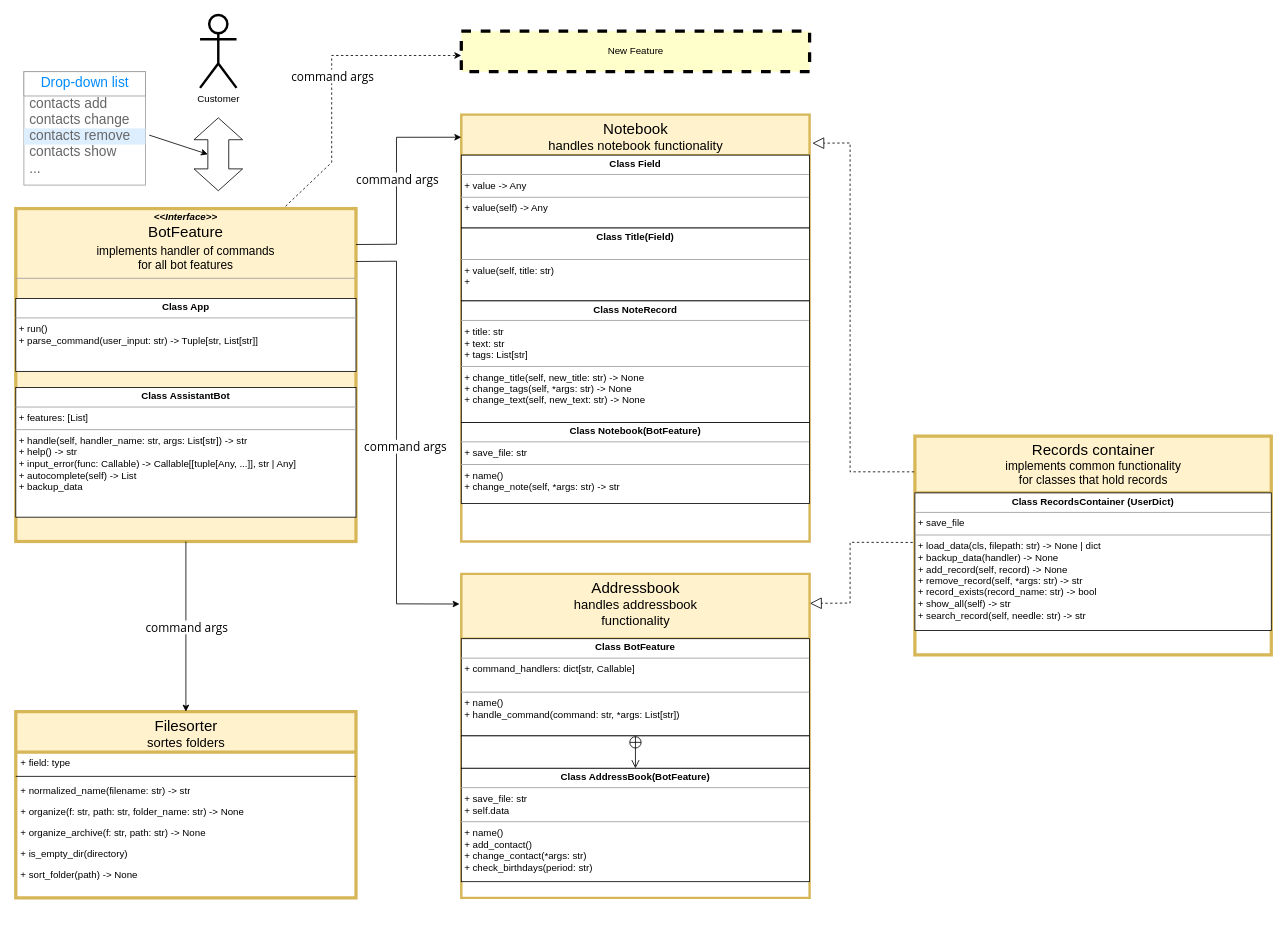
Before: helper_bot_team_1.drawio in PavelDushinskiy/GoIT-WEB-HW02, a draw.io diagram. Source tidied: cells renumbered, new cells numbered last; positions are measured from the earlier drawing's top-left corner, leaving out a move shared by most shapes. Both pictures are drawn from the tidied source at 81%, with x=0, y=0 at pixel (15, 15).
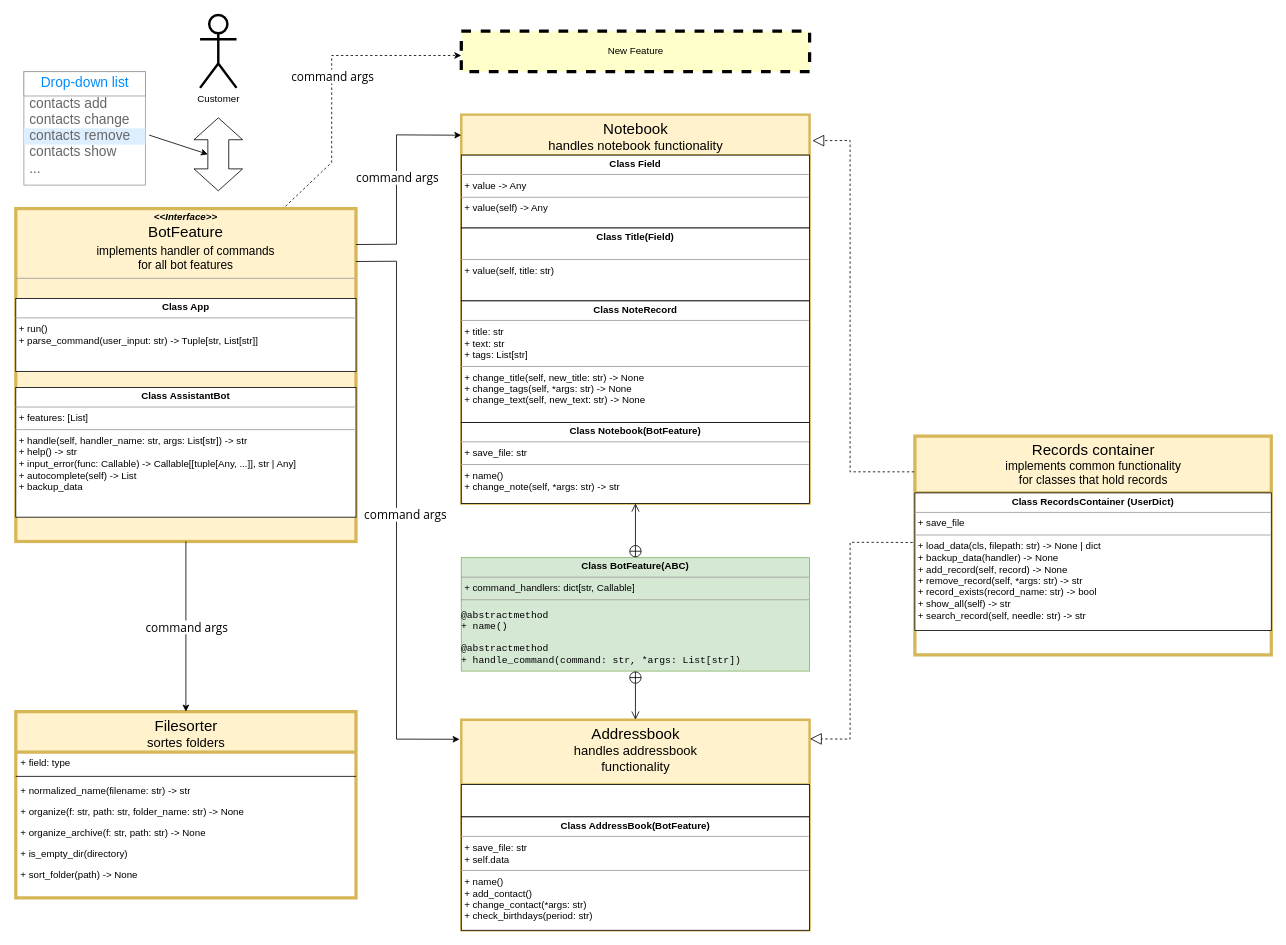
Above is the later version.

Unchanged cells that the change refers to:
```xml
<mxCell id="2" value="&lt;span id=&quot;docs-internal-guid-6816174d-7fff-ccf1-88b6-65116feb5ed2&quot; style=&quot;font-weight:normal;&quot;&gt;&lt;p style=&quot;line-height: 1.2; margin-top: 0pt; margin-bottom: 0pt;&quot; dir=&quot;ltr&quot;&gt;&lt;span style=&quot;font-size: 14pt; font-family: Arial; background-color: transparent; font-variant-numeric: normal; font-variant-east-asian: normal; vertical-align: baseline;&quot;&gt;Records container&lt;/span&gt;&lt;/p&gt;&lt;p style=&quot;line-height: 1.2; margin-top: 0pt; margin-bottom: 0pt;&quot; dir=&quot;ltr&quot;&gt;&lt;span style=&quot;font-size: 11pt; font-family: Arial; background-color: transparent; font-variant-numeric: normal; font-variant-east-asian: normal; vertical-align: baseline;&quot;&gt;implements common functionality &lt;br&gt;for classes that hold records&lt;/span&gt;&lt;/p&gt;&lt;div&gt;&lt;span style=&quot;font-size: 11pt; font-family: Arial; background-color: transparent; font-variant-numeric: normal; font-variant-east-asian: normal; vertical-align: baseline;&quot;&gt;&lt;br&gt;&lt;/span&gt;&lt;/div&gt;&lt;/span&gt;" style="swimlane;html=1;fontStyle=1;align=center;verticalAlign=top;horizontal=1;startSize=70;swimlaneFillColor=#ffffff;rounded=0;shadow=0;comic=0;labelBackgroundColor=none;strokeWidth=4;fillColor=#fff2cc;fontFamily=Verdana;fontSize=12;strokeColor=#d6b656;" parent="1" vertex="1">
  <mxGeometry x="1110" y="520" width="440" height="270" as="geometry" />
</mxCell>
<mxCell id="3" value="&lt;p style=&quot;margin:0px;margin-top:4px;text-align:center;&quot;&gt;&lt;b&gt;Class&amp;nbsp;&lt;/b&gt;&lt;b style=&quot;background-color: initial;&quot;&gt;RecordsContainer&amp;nbsp;&lt;/b&gt;&lt;b style=&quot;background-color: initial;&quot;&gt;(UserDict)&lt;/b&gt;&lt;/p&gt;&lt;hr size=&quot;1&quot;&gt;&lt;p style=&quot;margin:0px;margin-left:4px;&quot;&gt;+&amp;nbsp;save_file&lt;/p&gt;&lt;hr size=&quot;1&quot;&gt;&lt;p style=&quot;margin:0px;margin-left:4px;&quot;&gt;+&amp;nbsp;load_data(cls, filepath: str) -&amp;gt; None | dict&lt;/p&gt;&lt;p style=&quot;margin:0px;margin-left:4px;&quot;&gt;+&amp;nbsp;backup_data(handler) -&amp;gt; None&lt;/p&gt;&lt;p style=&quot;margin:0px;margin-left:4px;&quot;&gt;+&amp;nbsp;add_record(self, record) -&amp;gt; None&lt;/p&gt;&lt;p style=&quot;margin:0px;margin-left:4px;&quot;&gt;+&amp;nbsp;remove_record(self, *args: str) -&amp;gt; str&lt;/p&gt;&lt;p style=&quot;margin:0px;margin-left:4px;&quot;&gt;+&amp;nbsp;record_exists(record_name: str) -&amp;gt; bool&lt;/p&gt;&lt;p style=&quot;margin:0px;margin-left:4px;&quot;&gt;+&amp;nbsp;show_all(self) -&amp;gt; str&lt;/p&gt;&lt;p style=&quot;margin:0px;margin-left:4px;&quot;&gt;+&amp;nbsp;search_record(self, needle: str) -&amp;gt; str&lt;/p&gt;&lt;p style=&quot;margin:0px;margin-left:4px;&quot;&gt;&lt;br&gt;&lt;/p&gt;" style="verticalAlign=top;align=left;overflow=fill;fontSize=12;fontFamily=Helvetica;html=1;comic=0;" parent="2" vertex="1">
  <mxGeometry y="70" width="440" height="170" as="geometry" />
</mxCell>
<mxCell id="8" value="&lt;p style=&quot;margin:0px;margin-top:4px;text-align:center;&quot;&gt;&lt;b&gt;Class&amp;nbsp;&lt;/b&gt;&lt;b style=&quot;background-color: initial;&quot;&gt;Notebook(BotFeature)&lt;/b&gt;&lt;/p&gt;&lt;hr size=&quot;1&quot;&gt;&lt;p style=&quot;margin:0px;margin-left:4px;&quot;&gt;+&amp;nbsp;save_file: str&lt;/p&gt;&lt;hr size=&quot;1&quot;&gt;&lt;p style=&quot;margin:0px;margin-left:4px;&quot;&gt;+&amp;nbsp;name()&lt;/p&gt;&lt;p style=&quot;margin:0px;margin-left:4px;&quot;&gt;+&amp;nbsp;change_note(self, *args: str) -&amp;gt; str&lt;/p&gt;" style="verticalAlign=top;align=left;overflow=fill;fontSize=12;fontFamily=Helvetica;html=1;" parent="4" vertex="1">
  <mxGeometry y="380" width="430" height="100" as="geometry" />
</mxCell>
<mxCell id="22" value="&lt;p style=&quot;margin:0px;margin-top:4px;text-align:center;&quot;&gt;&lt;i&gt;&lt;b&gt;&amp;lt;&amp;lt;Interface&amp;gt;&amp;gt;&lt;/b&gt;&lt;/i&gt;&lt;br&gt;&lt;/p&gt;&lt;p style=&quot;line-height:1.2;text-align: center;margin-top:0pt;margin-bottom:0pt;&quot; dir=&quot;ltr&quot;&gt;&lt;span style=&quot;font-size: 14pt; font-family: Arial; color: rgb(0, 0, 0); background-color: transparent; font-weight: 400; font-style: normal; font-variant: normal; text-decoration: none; vertical-align: baseline;&quot;&gt;BotFeature&lt;/span&gt;&lt;/p&gt;&lt;p style=&quot;margin:0px;margin-top:4px;text-align:center;&quot;&gt;&lt;span id=&quot;docs-internal-guid-a344973a-7fff-190a-9e88-1d810033c727&quot;&gt;&lt;/span&gt;&lt;/p&gt;&lt;p style=&quot;line-height:1.2;text-align: center;margin-top:0pt;margin-bottom:0pt;&quot; dir=&quot;ltr&quot;&gt;&lt;span style=&quot;font-size: 11pt; font-family: Arial; color: rgb(0, 0, 0); background-color: transparent; font-weight: 400; font-style: normal; font-variant: normal; text-decoration: none; vertical-align: baseline;&quot;&gt;implements handler of commands &lt;br&gt;for all bot features&lt;/span&gt;&lt;/p&gt;&lt;hr size=&quot;1&quot;&gt;&lt;p style=&quot;margin:0px;margin-left:4px;&quot;&gt;&lt;br&gt;&lt;/p&gt;" style="verticalAlign=top;align=left;overflow=fill;fontSize=12;fontFamily=Helvetica;html=1;rounded=0;shadow=0;comic=0;labelBackgroundColor=none;strokeWidth=4;fillColor=#fff2cc;strokeColor=#d6b656;" parent="1" vertex="1">
  <mxGeometry y="239" width="420" height="411" as="geometry" />
</mxCell>
```

Diff of the diagram source:
```diff
@@
     <mxCell id="4" value="&lt;span id=&quot;docs-internal-guid-518b5261-7fff-1eaa-3dbb-43b548479f24&quot; style=&quot;font-weight:normal;&quot;&gt;&lt;p style=&quot;line-height: 1.2; margin-top: 0pt; margin-bottom: 0pt;&quot; dir=&quot;ltr&quot;&gt;&lt;span style=&quot;font-size: 14pt; font-family: Arial; background-color: transparent; font-variant-numeric: normal; font-variant-east-asian: normal; vertical-align: baseline;&quot;&gt;Notebook&lt;/span&gt;&lt;/p&gt;&lt;p style=&quot;line-height: 1.2; margin-top: 0pt; margin-bottom: 0pt;&quot; dir=&quot;ltr&quot;&gt;&lt;span style=&quot;font-size: 12pt; font-family: Arial; background-color: transparent; font-variant-numeric: normal; font-variant-east-asian: normal; vertical-align: baseline;&quot;&gt;handles notebook functionality&lt;/span&gt;&lt;/p&gt;&lt;div&gt;&lt;span style=&quot;font-size: 12pt; font-family: Arial; background-color: transparent; font-variant-numeric: normal; font-variant-east-asian: normal; vertical-align: baseline;&quot;&gt;&lt;br&gt;&lt;/span&gt;&lt;/div&gt;&lt;/span&gt;" style="swimlane;html=1;fontStyle=1;align=center;verticalAlign=top;horizontal=1;startSize=50;swimlaneFillColor=#ffffff;rounded=0;shadow=0;comic=0;labelBackgroundColor=none;strokeWidth=3;fillColor=#fff2cc;fontFamily=Verdana;fontSize=12;strokeColor=#d6b656;" parent="1" vertex="1">
-      <mxGeometry x="550" y="123" width="430" height="527" as="geometry" />
+      <mxGeometry x="550" y="123" width="430" height="480" as="geometry" />
     </mxCell>
@@
-    <mxCell id="6" value="&lt;p style=&quot;margin:0px;margin-top:4px;text-align:center;&quot;&gt;&lt;b&gt;Class&amp;nbsp;&lt;/b&gt;&lt;b style=&quot;background-color: initial;&quot;&gt;Title(Field)&lt;/b&gt;&lt;/p&gt;&lt;p style=&quot;margin:0px;margin-left:4px;&quot;&gt;&lt;br&gt;&lt;/p&gt;&lt;hr size=&quot;1&quot;&gt;&lt;p style=&quot;margin:0px;margin-left:4px;&quot;&gt;+&amp;nbsp;value(self, title: str)&lt;/p&gt;&lt;p style=&quot;margin:0px;margin-left:4px;&quot;&gt;+&amp;nbsp;&lt;/p&gt;" style="verticalAlign=top;align=left;overflow=fill;fontSize=12;fontFamily=Helvetica;html=1;" parent="4" vertex="1">
+    <mxCell id="6" value="&lt;p style=&quot;margin:0px;margin-top:4px;text-align:center;&quot;&gt;&lt;b&gt;Class&amp;nbsp;&lt;/b&gt;&lt;b style=&quot;background-color: initial;&quot;&gt;Title(Field)&lt;/b&gt;&lt;/p&gt;&lt;p style=&quot;margin:0px;margin-left:4px;&quot;&gt;&lt;br&gt;&lt;/p&gt;&lt;hr size=&quot;1&quot;&gt;&lt;p style=&quot;margin:0px;margin-left:4px;&quot;&gt;+&amp;nbsp;value(self, title: str)&lt;/p&gt;" style="verticalAlign=top;align=left;overflow=fill;fontSize=12;fontFamily=Helvetica;html=1;" parent="4" vertex="1">
       <mxGeometry y="140" width="430" height="90" as="geometry" />
     </mxCell>
@@
     <mxCell id="17" value="&lt;span id=&quot;docs-internal-guid-90a42072-7fff-7c9c-4a2b-a72deb1d7fb4&quot; style=&quot;font-weight:normal;&quot;&gt;&lt;p style=&quot;line-height: 1.2; margin-top: 0pt; margin-bottom: 0pt;&quot; dir=&quot;ltr&quot;&gt;&lt;span style=&quot;font-size: 14pt; font-family: Arial; background-color: transparent; font-variant-numeric: normal; font-variant-east-asian: normal; vertical-align: baseline;&quot;&gt;Addressbook&lt;/span&gt;&lt;/p&gt;&lt;p style=&quot;line-height: 1.2; margin-top: 0pt; margin-bottom: 0pt;&quot; dir=&quot;ltr&quot;&gt;&lt;span style=&quot;font-size: 12pt; font-family: Arial; background-color: transparent; font-variant-numeric: normal; font-variant-east-asian: normal; vertical-align: baseline;&quot;&gt;handles addressbook &lt;br&gt;functionality&lt;/span&gt;&lt;/p&gt;&lt;div&gt;&lt;span style=&quot;font-size: 12pt; font-family: Arial; background-color: transparent; font-variant-numeric: normal; font-variant-east-asian: normal; vertical-align: baseline;&quot;&gt;&lt;br&gt;&lt;/span&gt;&lt;/div&gt;&lt;/span&gt;" style="swimlane;html=1;fontStyle=1;align=center;verticalAlign=top;horizontal=1;startSize=80;swimlaneFillColor=#ffffff;rounded=0;shadow=0;comic=0;labelBackgroundColor=none;strokeWidth=3;fillColor=#fff2cc;fontFamily=Verdana;fontSize=12;strokeColor=#d6b656;" parent="1" vertex="1">
-      <mxGeometry x="550" y="690" width="430" height="400" as="geometry" />
+      <mxGeometry x="550" y="870" width="430" height="260" as="geometry" />
     </mxCell>
-    <mxCell id="18" value="&lt;p style=&quot;margin:0px;margin-top:4px;text-align:center;&quot;&gt;&lt;b&gt;Class BotFeature&lt;/b&gt;&lt;/p&gt;&lt;hr size=&quot;1&quot;&gt;&lt;p style=&quot;margin:0px;margin-left:4px;&quot;&gt;+ command_handlers: dict[str, Callable]&lt;/p&gt;&lt;p style=&quot;margin:0px;margin-left:4px;&quot;&gt;&lt;br&gt;&lt;/p&gt;&lt;hr size=&quot;1&quot;&gt;&lt;p style=&quot;margin:0px;margin-left:4px;&quot;&gt;+ name()&lt;/p&gt;&lt;p style=&quot;margin:0px;margin-left:4px;&quot;&gt;+ handle_command(command: str, *args: List[str])&lt;br&gt;&lt;/p&gt;" style="verticalAlign=top;align=left;overflow=fill;fontSize=12;fontFamily=Helvetica;html=1;comic=0;fixedWidth=0;fillOpacity=100;" parent="17" vertex="1">
-      <mxGeometry y="80" width="430" height="120" as="geometry" />
-    </mxCell>
     <mxCell id="19" style="html=1;comic=0;" parent="17" vertex="1">
-      <mxGeometry y="200" width="430" height="40" as="geometry" />
+      <mxGeometry y="80" width="430" height="40" as="geometry" />
     </mxCell>
-    <mxCell id="20" style="endArrow=open;startArrow=circlePlus;endFill=0;startFill=0;endSize=8;html=1;rounded=0;shadow=0;exitX=0.5;exitY=1;exitDx=0;exitDy=0;entryX=0.5;entryY=0;entryDx=0;entryDy=0;" parent="17" edge="1" source="18" target="21">
-      <mxGeometry relative="1" as="geometry" />
-    </mxCell>
     <mxCell id="21" value="&lt;p style=&quot;margin:0px;margin-top:4px;text-align:center;&quot;&gt;&lt;b&gt;Class AddressBook(BotFeature)&lt;/b&gt;&lt;/p&gt;&lt;hr size=&quot;1&quot;&gt;&lt;p style=&quot;margin:0px;margin-left:4px;&quot;&gt;+ save_file: str&lt;/p&gt;&lt;p style=&quot;margin:0px;margin-left:4px;&quot;&gt;+ self.data&lt;/p&gt;&lt;hr size=&quot;1&quot;&gt;&lt;p style=&quot;margin:0px;margin-left:4px;&quot;&gt;+ name()&lt;/p&gt;&lt;p style=&quot;margin:0px;margin-left:4px;&quot;&gt;+ add_contact()&lt;/p&gt;&lt;p style=&quot;margin:0px;margin-left:4px;&quot;&gt;+ change_contact(*args: str)&lt;/p&gt;&lt;p style=&quot;margin:0px;margin-left:4px;&quot;&gt;+ check_birthdays(period: str)&lt;/p&gt;" style="verticalAlign=top;align=left;overflow=fill;fontSize=12;fontFamily=Helvetica;html=1;comic=0;fixedWidth=0;" parent="17" vertex="1">
-      <mxGeometry y="240" width="430" height="140" as="geometry" />
+      <mxGeometry y="120" width="430" height="140" as="geometry" />
     </mxCell>
@@
     <mxCell id="27" style="endArrow=classic;html=1;rounded=0;exitX=1;exitY=0.159;exitDx=0;exitDy=0;exitPerimeter=0;entryX=-0.005;entryY=0.093;entryDx=0;entryDy=0;entryPerimeter=0;" parent="1" edge="1" source="22" target="17">
       <mxGeometry relative="1" as="geometry">
         <Array as="points">
           <mxPoint x="470" y="304" />
-          <mxPoint x="470" y="727" />
+          <mxPoint x="470" y="894" />
         </Array>
       </mxGeometry>
     </mxCell>
@@
     <mxCell id="29" style="endArrow=classic;html=1;rounded=0;entryX=0;entryY=0.053;entryDx=0;entryDy=0;exitX=1;exitY=0.108;exitDx=0;exitDy=0;exitPerimeter=0;entryPerimeter=0;" parent="1" edge="1" source="22" target="4">
       <mxGeometry relative="1" as="geometry">
         <Array as="points">
           <mxPoint x="470" y="283" />
-          <mxPoint x="470" y="151" />
+          <mxPoint x="470" y="148" />
         </Array>
       </mxGeometry>
     </mxCell>
@@
     <mxCell id="41" style="endArrow=block;dashed=1;endFill=0;endSize=12;html=1;rounded=0;exitX=-0.002;exitY=0.163;exitDx=0;exitDy=0;exitPerimeter=0;entryX=1.008;entryY=0.067;entryDx=0;entryDy=0;entryPerimeter=0;" parent="1" edge="1" source="2" target="4">
       <mxGeometry relative="1" as="geometry">
         <Array as="points">
           <mxPoint x="1030" y="564" />
-          <mxPoint x="1030" y="158" />
+          <mxPoint x="1030" y="155" />
         </Array>
       </mxGeometry>
     </mxCell>
     <mxCell id="42" style="endArrow=block;dashed=1;endFill=0;endSize=12;html=1;rounded=0;exitX=-0.006;exitY=0.36;exitDx=0;exitDy=0;exitPerimeter=0;entryX=1.001;entryY=0.091;entryDx=0;entryDy=0;entryPerimeter=0;" parent="1" edge="1" source="3" target="17">
       <mxGeometry relative="1" as="geometry">
         <Array as="points">
           <mxPoint x="1030" y="651" />
-          <mxPoint x="1030" y="726" />
+          <mxPoint x="1030" y="894" />
         </Array>
       </mxGeometry>
     </mxCell>
@@
+    <mxCell id="18" value="&lt;p style=&quot;margin:0px;margin-top:4px;text-align:center;&quot;&gt;&lt;b&gt;Class BotFeature(ABC)&lt;/b&gt;&lt;/p&gt;&lt;hr size=&quot;1&quot;&gt;&lt;p style=&quot;margin:0px;margin-left:4px;&quot;&gt;+ command_handlers: dict[str, Callable]&lt;/p&gt;&lt;hr size=&quot;1&quot;&gt;&lt;pre style=&quot;font-family: &amp;quot;JetBrains Mono&amp;quot;, monospace; font-size: 9pt;&quot;&gt;@abstractmethod&lt;br&gt;+ name()&lt;/pre&gt;&lt;pre style=&quot;font-family: &amp;quot;JetBrains Mono&amp;quot;, monospace; font-size: 9pt;&quot;&gt;&lt;pre style=&quot;font-family: &amp;quot;JetBrains Mono&amp;quot;, monospace; font-size: 9pt;&quot;&gt;@abstractmethod&lt;br&gt;+ handle_command(command: str, *args: List[str])&lt;/pre&gt;&lt;/pre&gt;" style="verticalAlign=top;align=left;overflow=fill;fontSize=12;fontFamily=Helvetica;html=1;comic=0;fixedWidth=0;fillOpacity=100;fillColor=#d5e8d4;strokeColor=#82b366;" parent="1" vertex="1">
+      <mxGeometry x="550" y="670" width="430" height="140" as="geometry" />
+    </mxCell>
+    <mxCell id="20" style="endArrow=open;startArrow=circlePlus;endFill=0;startFill=0;endSize=8;html=1;rounded=0;shadow=0;exitX=0.5;exitY=1;exitDx=0;exitDy=0;entryX=0.5;entryY=0;entryDx=0;entryDy=0;" parent="1" edge="1" source="18" target="17">
+      <mxGeometry relative="1" as="geometry" />
+    </mxCell>
+    <mxCell id="46" style="endArrow=open;startArrow=circlePlus;endFill=0;startFill=0;endSize=8;html=1;rounded=0;shadow=0;exitX=0.5;exitY=0;exitDx=0;exitDy=0;entryX=0.5;entryY=1;entryDx=0;entryDy=0;" parent="1" edge="1" source="18" target="8">
+      <mxGeometry relative="1" as="geometry" />
+    </mxCell>
```
